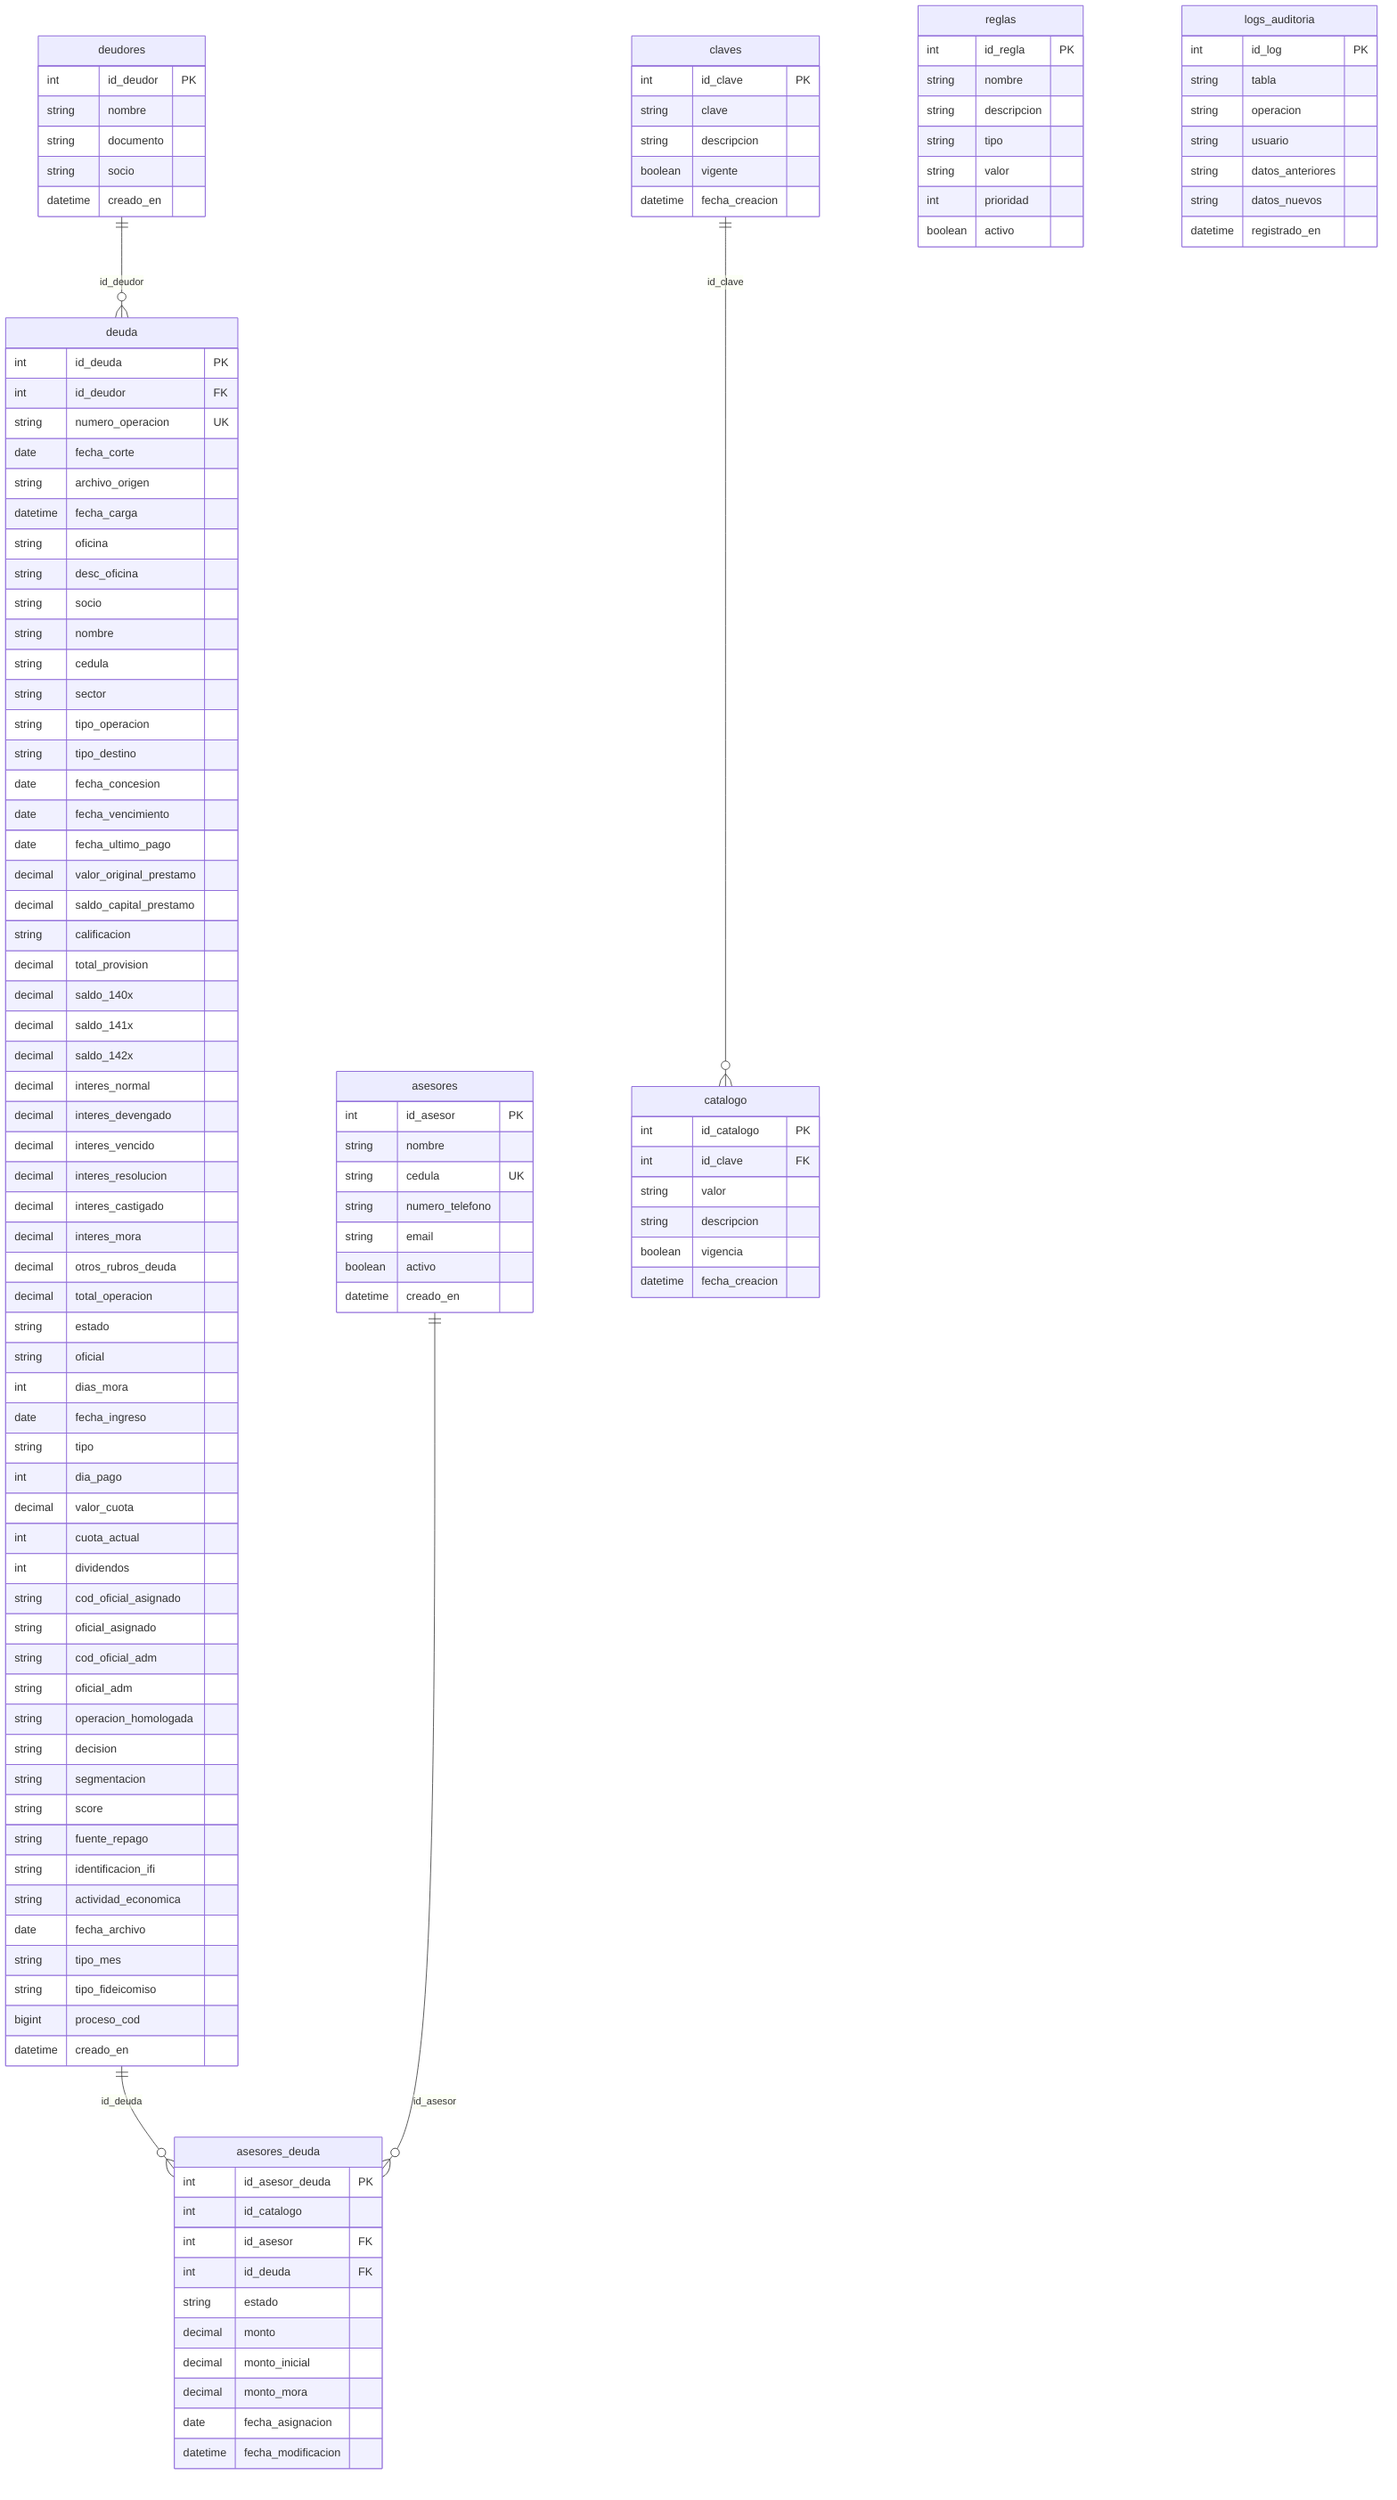
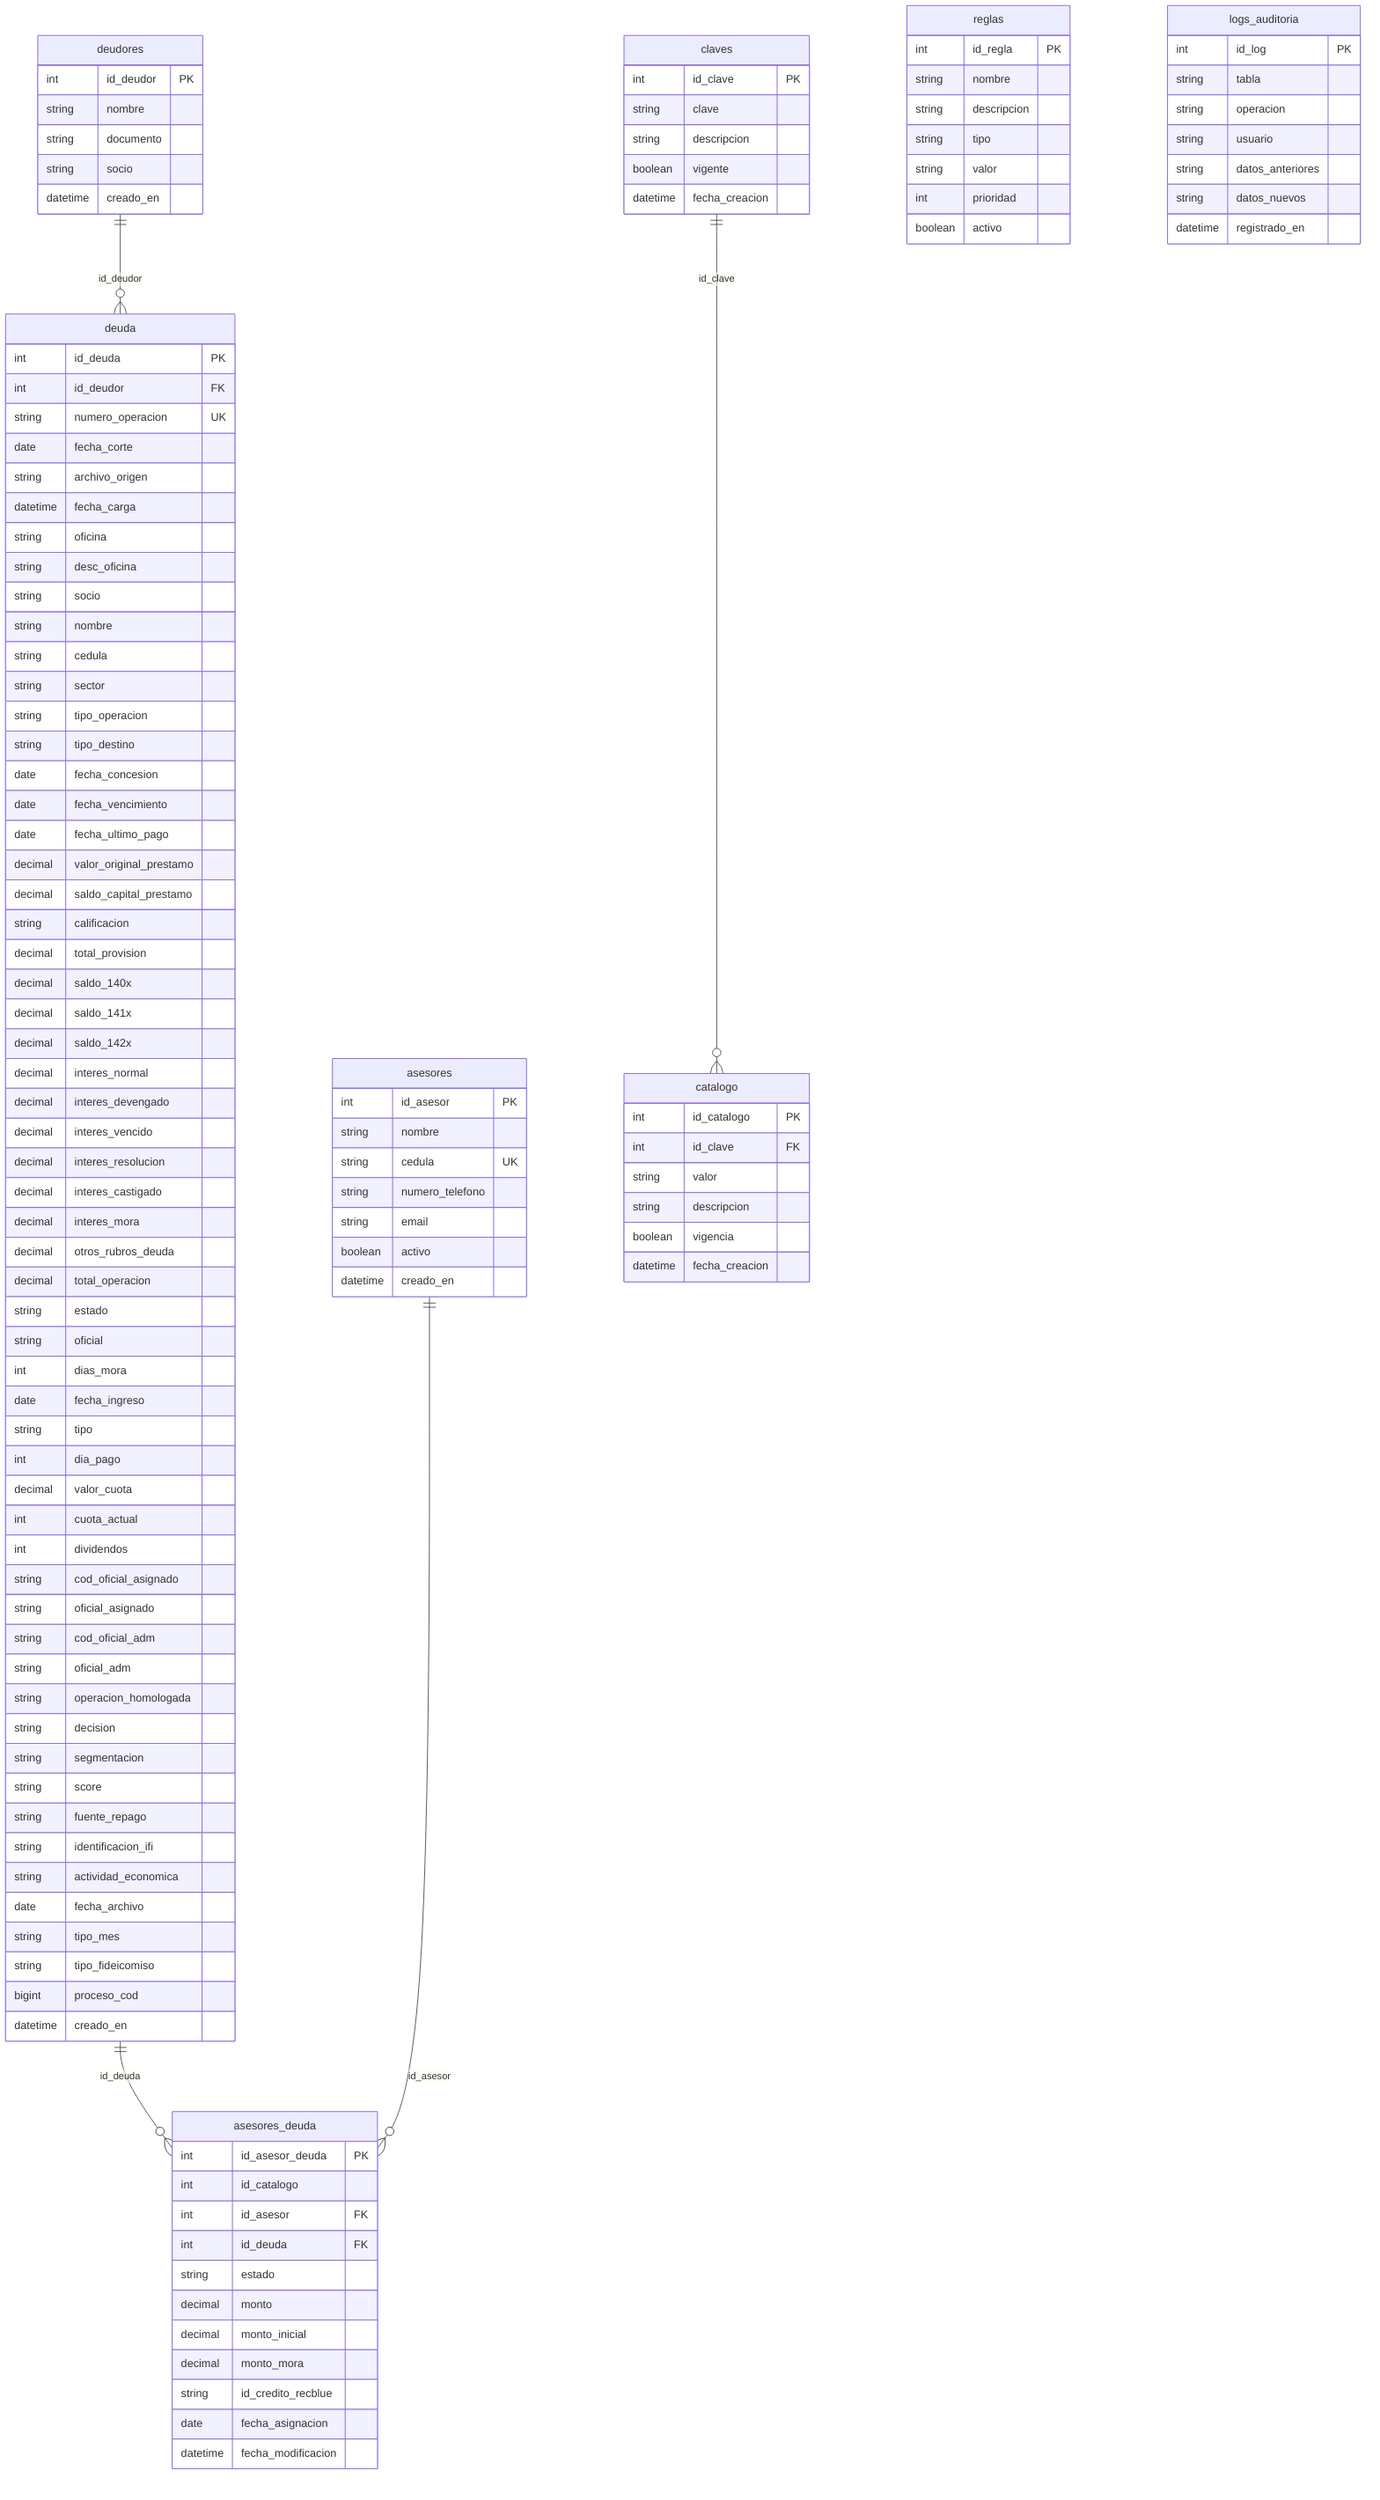
erDiagram
- 
    deudores ||--o{ deuda : id_deudor
- 
    deuda ||--o{ asesores_deuda : id_deuda
- 
    asesores ||--o{ asesores_deuda : id_asesor
- 
    claves ||--o{ catalogo : id_clave

- 
- 
    deudores {
- 
        int id_deudor PK
- 
        string nombre
- 
        string documento
- 
        string socio
- 
        datetime creado_en
- 
    }

- 
- 
    deuda {
- 
        int id_deuda PK
- 
        int id_deudor FK
- 
        string numero_operacion UK
- 
        date fecha_corte
- 
        string archivo_origen
- 
        datetime fecha_carga
- 
        string oficina
- 
        string desc_oficina
- 
        string socio
- 
        string nombre
- 
        string cedula
- 
        string sector
- 
        string tipo_operacion
- 
        string tipo_destino
- 
        date fecha_concesion
- 
        date fecha_vencimiento
- 
        date fecha_ultimo_pago
- 
        decimal valor_original_prestamo
- 
        decimal saldo_capital_prestamo
- 
        string calificacion
- 
        decimal total_provision
- 
        decimal saldo_140x
- 
        decimal saldo_141x
- 
        decimal saldo_142x
- 
        decimal interes_normal
- 
        decimal interes_devengado
- 
        decimal interes_vencido
- 
        decimal interes_resolucion
- 
        decimal interes_castigado
- 
        decimal interes_mora
- 
        decimal otros_rubros_deuda
- 
        decimal total_operacion
- 
        string estado
- 
        string oficial
- 
        int dias_mora
- 
        date fecha_ingreso
- 
        string tipo
- 
        int dia_pago
- 
        decimal valor_cuota
- 
        int cuota_actual
- 
        int dividendos
- 
        string cod_oficial_asignado
- 
        string oficial_asignado
- 
        string cod_oficial_adm
- 
        string oficial_adm
- 
        string operacion_homologada
- 
        string decision
- 
        string segmentacion
- 
        string score
- 
        string fuente_repago
- 
        string identificacion_ifi
- 
        string actividad_economica
- 
        date fecha_archivo
- 
        string tipo_mes
- 
        string tipo_fideicomiso
- 
        bigint proceso_cod
- 
        datetime creado_en
- 
    }

- 
- 
    asesores {
- 
        int id_asesor PK
- 
        string nombre
- 
        string cedula UK
- 
        string numero_telefono
- 
        string email
- 
        boolean activo
- 
        datetime creado_en
- 
    }

- 
- 
    asesores_deuda {
- 
        int id_asesor_deuda PK
- 
        int id_catalogo
- 
        int id_asesor FK
- 
        int id_deuda FK
- 
        string estado
- 
        decimal monto
- 
        decimal monto_inicial
- 
        decimal monto_mora
- 
+         string id_credito_recblue
        date fecha_asignacion
- 
        datetime fecha_modificacion
- 
    }

- 
- 
    claves {
- 
        int id_clave PK
- 
        string clave
- 
        string descripcion
- 
        boolean vigente
- 
        datetime fecha_creacion
- 
    }

- 
- 
    catalogo {
- 
        int id_catalogo PK
- 
        int id_clave FK
- 
        string valor
- 
        string descripcion
- 
        boolean vigencia
- 
        datetime fecha_creacion
- 
    }

- 
- 
    reglas {
- 
        int id_regla PK
- 
        string nombre
- 
        string descripcion
- 
        string tipo
- 
        string valor
- 
        int prioridad
- 
        boolean activo
- 
    }

- 
- 
    logs_auditoria {
- 
        int id_log PK
- 
        string tabla
- 
        string operacion
- 
        string usuario
- 
        string datos_anteriores
- 
        string datos_nuevos
- 
        datetime registrado_en
- 
    }
- 
